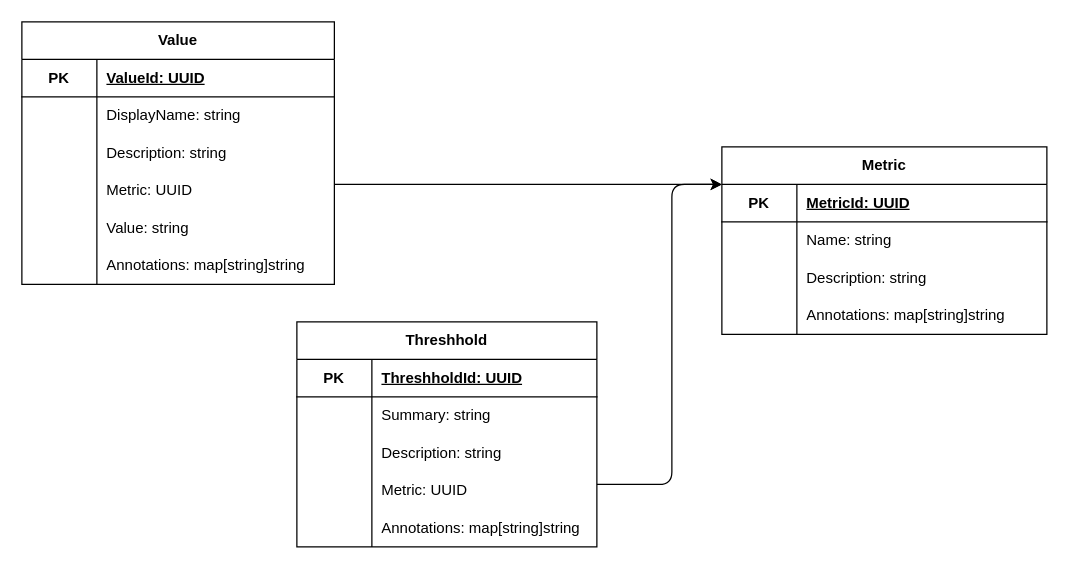
Above: page "P6: Observability" (8 of 10) of content/docs/example-mapping/images/entities.drawio in emeland-io/book (draw.io), before the change. Source tidied: cells renumbered, new cells numbered last; positions are measured from the earlier drawing's top-left corner, leaving out a move shared by most shapes. Both pictures are drawn from the tidied source at 125%, with x=0, y=0 at pixel (21, 21).
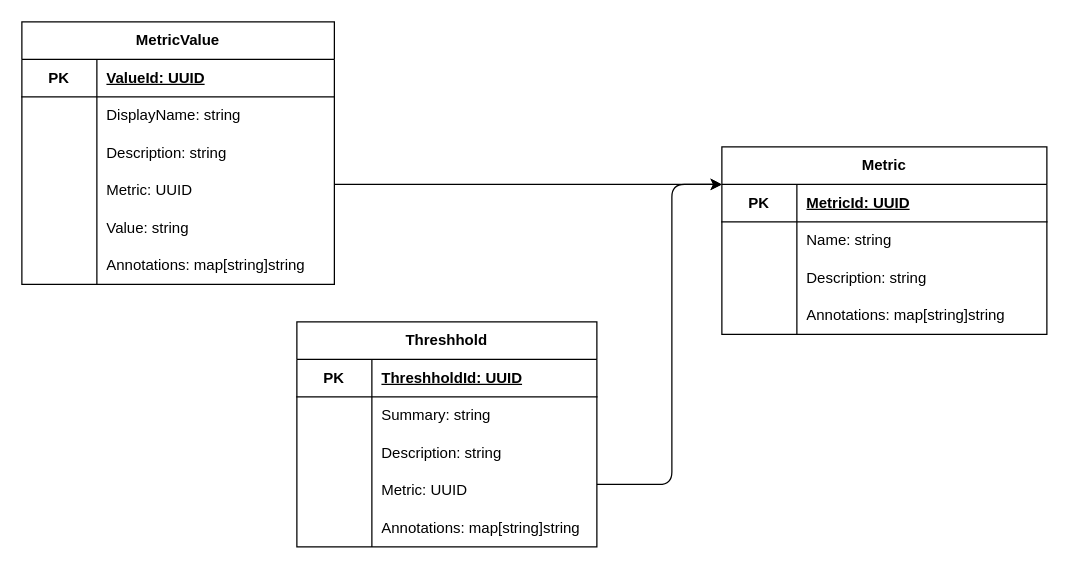
The same diagram, later.

Commit message (it also covers changes not shown here):
change naming from Value to MetricValue

The edit, as a diff of the source:
```diff
@@
-    <mxCell id="31" value="Value" style="shape=table;startSize=30;childLayout=tableLayout;rowLines=0;fontStyle=1;align=center;html=1;whiteSpace=wrap;" parent="1" vertex="1">
+    <mxCell id="31" value="MetricValue" style="shape=table;startSize=30;childLayout=tableLayout;rowLines=0;fontStyle=1;align=center;html=1;whiteSpace=wrap;" parent="1" vertex="1">
       <mxGeometry width="250" height="210" as="geometry" />
     </mxCell>
```
